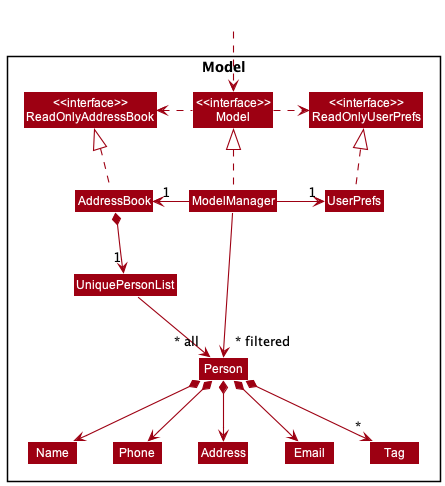
This is docs/images/ModelClassDiagram.png from nus-cs2103-AY2223S1/tp, a PlantUML export, as it was before one commit.
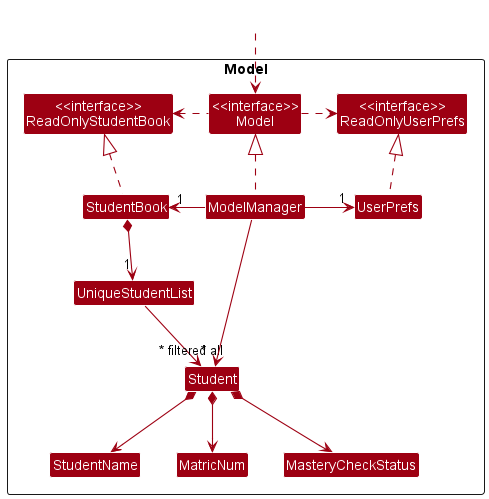
The same diagram one commit later.

Commit message:
Update Model Class Diagram

The edit, as a diff of the source:
```diff
@@ -5,46 +5,42 @@
 skinparam classBackgroundColor MODEL_COLOR
 
 Package Model <<Rectangle>>{
-Class "<<interface>>\nReadOnlyAddressBook" as ReadOnlyAddressBook
+Class "<<interface>>\nReadOnlyStudentBook" as ReadOnlyStudentBook
 Class "<<interface>>\nReadOnlyUserPrefs" as ReadOnlyUserPrefs
 Class "<<interface>>\nModel" as Model
-Class AddressBook
+Class StudentBook
 Class ModelManager
 Class UserPrefs
 
-Class UniquePersonList
-Class Person
-Class Address
-Class Email
-Class Name
-Class Phone
-Class Tag
+Class UniqueStudentList
+Class Student
+Class MasteryCheckStatus
+Class StudentName
+Class MatricNum
 
 }
 
 Class HiddenOutside #FFFFFF
 HiddenOutside ..> Model
 
-AddressBook .up.|> ReadOnlyAddressBook
+StudentBook .up.|> ReadOnlyStudentBook
 
 ModelManager .up.|> Model
 Model .right.> ReadOnlyUserPrefs
-Model .left.> ReadOnlyAddressBook
-ModelManager -left-> "1" AddressBook
+Model .left.> ReadOnlyStudentBook
+ModelManager -left-> "1" StudentBook
 ModelManager -right-> "1" UserPrefs
 UserPrefs .up.|> ReadOnlyUserPrefs
 
-AddressBook *--> "1" UniquePersonList
-UniquePersonList --> "~* all" Person
-Person *--> Name
-Person *--> Phone
-Person *--> Email
-Person *--> Address
-Person *--> "*" Tag
+StudentBook *--> "1" UniqueStudentList
+UniqueStudentList --> "~* all" Student
+Student *--> StudentName
+Student *--> MatricNum
+Student *--> MasteryCheckStatus
 
-Name -[hidden]right-> Phone
-Phone -[hidden]right-> Address
-Address -[hidden]right-> Email
+StudentName -[hidden]right-> MatricNum
+MatricNum -[hidden]right-> MasteryCheckStatus
 
-ModelManager -->"~* filtered" Person
+
+ModelManager -->"~* filtered" Student
 @enduml
```
